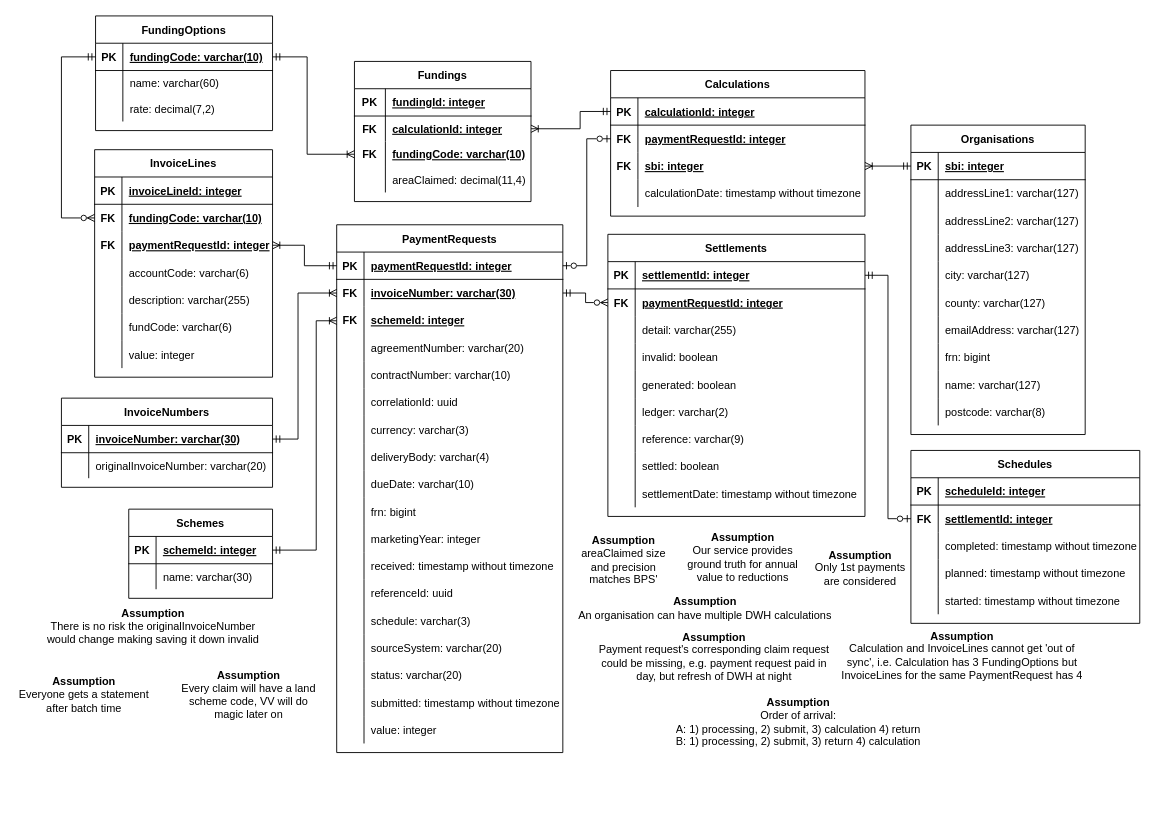
This is Statement-Constructor-ERD.drawio from DEFRA/ffc-diagrams, a draw.io file, before an edit. Source tidied: cells renumbered, new cells numbered last; positions are measured from the earlier drawing's top-left corner, leaving out a move shared by most shapes. Both pictures are drawn from the tidied source at 91%, with x=0, y=0 at pixel (15, 15).
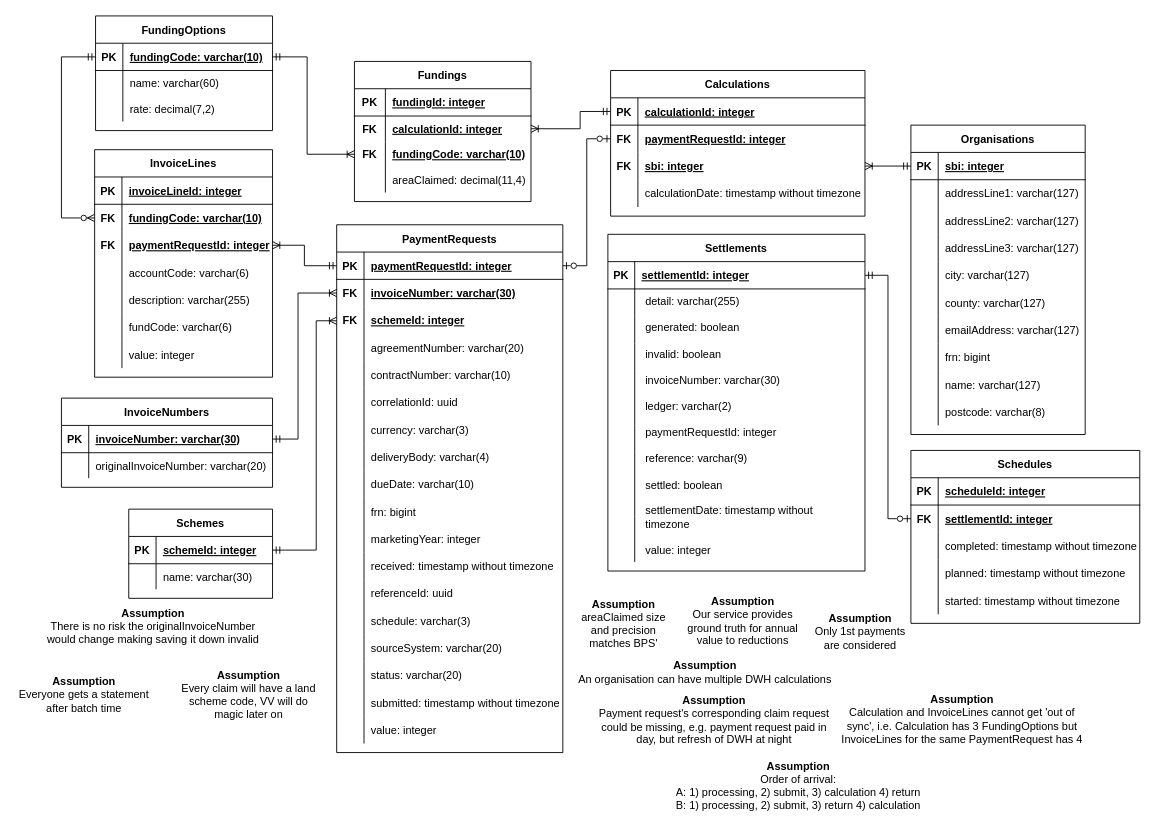
The same page after the edit.

Commit message:
update statement constructor for sfi-2200

Unchanged cells that the change refers to:
```xml
<mxCell id="6" style="shape=tableRow;horizontal=0;startSize=0;swimlaneHead=0;swimlaneBody=0;fillColor=none;points=[[0,0.5],[1,0.5]];portConstraint=eastwest;top=0;left=0;right=0;bottom=0;" parent="2" vertex="1">
  <mxGeometry y="60" width="248.5" height="30" as="geometry" />
</mxCell>
<mxCell id="58" style="shape=tableRow;horizontal=0;startSize=0;swimlaneHead=0;swimlaneBody=0;fillColor=none;points=[[0,0.5],[1,0.5]];portConstraint=eastwest;top=0;left=0;right=0;bottom=1;" parent="57" vertex="1">
  <mxGeometry y="30" width="282.5" height="30" as="geometry" />
</mxCell>
<mxCell id="61" style="shape=tableRow;horizontal=0;startSize=0;swimlaneHead=0;swimlaneBody=0;fillColor=none;points=[[0,0.5],[1,0.5]];portConstraint=eastwest;top=0;left=0;right=0;bottom=0;" parent="57" vertex="1">
  <mxGeometry y="60" width="282.5" height="30" as="geometry" />
</mxCell>
<mxCell id="64" style="shape=tableRow;horizontal=0;startSize=0;swimlaneHead=0;swimlaneBody=0;fillColor=none;top=0;left=0;right=0;bottom=0;" parent="57" vertex="1">
  <mxGeometry y="90" width="282.5" height="30" as="geometry" />
</mxCell>
<mxCell id="67" style="shape=tableRow;horizontal=0;startSize=0;swimlaneHead=0;swimlaneBody=0;fillColor=none;top=0;left=0;right=0;bottom=0;" parent="57" vertex="1">
  <mxGeometry y="120" width="282.5" height="30" as="geometry" />
</mxCell>
<mxCell id="70" style="shape=tableRow;horizontal=0;startSize=0;swimlaneHead=0;swimlaneBody=0;fillColor=none;top=0;left=0;right=0;bottom=0;" parent="57" vertex="1">
  <mxGeometry y="150" width="282.5" height="30" as="geometry" />
</mxCell>
<mxCell id="73" style="shape=tableRow;horizontal=0;startSize=0;swimlaneHead=0;swimlaneBody=0;fillColor=none;top=0;left=0;right=0;bottom=0;" parent="57" vertex="1">
  <mxGeometry y="180" width="282.5" height="30" as="geometry" />
</mxCell>
<mxCell id="76" style="shape=tableRow;horizontal=0;startSize=0;swimlaneHead=0;swimlaneBody=0;fillColor=none;top=0;left=0;right=0;bottom=0;" parent="57" vertex="1">
  <mxGeometry y="210" width="282.5" height="30" as="geometry" />
</mxCell>
```

Diff of the diagram source:
```diff
@@
     <mxCell id="57" value="Settlements" style="shape=table;startSize=30;childLayout=tableLayout;rowLines=0;fontStyle=1;align=center;" parent="1" vertex="1">
-      <mxGeometry x="650.5" y="240" width="282.5" height="310" as="geometry" />
+      <mxGeometry x="650.5" y="240" width="282.5" height="370" as="geometry" />
     </mxCell>
@@
     <mxCell id="59" value="PK" style="shape=partialRectangle;fillColor=none;top=0;left=0;bottom=0;right=0;fontStyle=1;overflow=hidden;" parent="58" vertex="1">
-      <mxGeometry width="30" height="30" as="geometry" />
+      <mxGeometry width="29.5" height="30" as="geometry" />
     </mxCell>
     <mxCell id="60" value="settlementId: integer" style="shape=partialRectangle;fillColor=none;top=0;left=0;bottom=0;right=0;align=left;spacingLeft=6;fontStyle=5;overflow=hidden;" parent="58" vertex="1">
-      <mxGeometry x="30" width="252.5" height="30" as="geometry" />
+      <mxGeometry x="29.5" width="253" height="30" as="geometry" />
     </mxCell>
@@
-    <mxCell id="62" value="FK" style="shape=partialRectangle;fillColor=none;top=0;left=0;bottom=0;right=0;overflow=hidden;fontStyle=1;" parent="61" vertex="1">
-      <mxGeometry width="30" height="30" as="geometry" />
+    <mxCell id="62" style="shape=partialRectangle;fillColor=none;top=0;left=0;bottom=0;right=0;overflow=hidden;fontStyle=1;" parent="61" vertex="1">
+      <mxGeometry width="29.5" height="30" as="geometry" />
     </mxCell>
-    <mxCell id="63" value="paymentRequestId: integer" style="shape=partialRectangle;fillColor=none;top=0;left=0;bottom=0;right=0;align=left;spacingLeft=6;overflow=hidden;fontStyle=5;" parent="61" vertex="1">
-      <mxGeometry x="30" width="252.5" height="30" as="geometry" />
+    <mxCell id="63" style="shape=partialRectangle;fillColor=none;top=0;left=0;bottom=0;right=0;align=left;spacingLeft=6;overflow=hidden;fontStyle=5;" parent="61" vertex="1">
+      <mxGeometry x="29.5" width="253" height="30" as="geometry" />
     </mxCell>
@@
     <mxCell id="65" style="shape=partialRectangle;fillColor=none;top=0;left=0;bottom=0;right=0;overflow=hidden;" parent="64" vertex="1">
-      <mxGeometry width="30" height="30" as="geometry" />
+      <mxGeometry width="29.5" height="30" as="geometry" />
     </mxCell>
-    <mxCell id="66" value="detail: varchar(255)" style="shape=partialRectangle;fillColor=none;top=0;left=0;bottom=0;right=0;align=left;spacingLeft=6;overflow=hidden;" parent="64" vertex="1">
-      <mxGeometry x="30" width="252.5" height="30" as="geometry" />
+    <mxCell id="66" style="shape=partialRectangle;fillColor=none;top=0;left=0;bottom=0;right=0;align=left;spacingLeft=6;overflow=hidden;" parent="64" vertex="1">
+      <mxGeometry x="29.5" width="253" height="30" as="geometry" />
     </mxCell>
@@
     <mxCell id="68" style="shape=partialRectangle;fillColor=none;top=0;left=0;bottom=0;right=0;overflow=hidden;" parent="67" vertex="1">
-      <mxGeometry width="30" height="30" as="geometry" />
+      <mxGeometry width="29.5" height="30" as="geometry" />
     </mxCell>
-    <mxCell id="69" value="invalid: boolean" style="shape=partialRectangle;fillColor=none;top=0;left=0;bottom=0;right=0;align=left;spacingLeft=6;overflow=hidden;" parent="67" vertex="1">
-      <mxGeometry x="30" width="252.5" height="30" as="geometry" />
+    <mxCell id="69" style="shape=partialRectangle;fillColor=none;top=0;left=0;bottom=0;right=0;align=left;spacingLeft=6;overflow=hidden;" parent="67" vertex="1">
+      <mxGeometry x="29.5" width="253" height="30" as="geometry" />
     </mxCell>
@@
     <mxCell id="71" style="shape=partialRectangle;fillColor=none;top=0;left=0;bottom=0;right=0;overflow=hidden;" parent="70" vertex="1">
-      <mxGeometry width="30" height="30" as="geometry" />
+      <mxGeometry width="29.5" height="30" as="geometry" />
     </mxCell>
-    <mxCell id="72" value="generated: boolean" style="shape=partialRectangle;fillColor=none;top=0;left=0;bottom=0;right=0;align=left;spacingLeft=6;overflow=hidden;" parent="70" vertex="1">
-      <mxGeometry x="30" width="252.5" height="30" as="geometry" />
+    <mxCell id="72" style="shape=partialRectangle;fillColor=none;top=0;left=0;bottom=0;right=0;align=left;spacingLeft=6;overflow=hidden;" parent="70" vertex="1">
+      <mxGeometry x="29.5" width="253" height="30" as="geometry" />
     </mxCell>
@@
     <mxCell id="74" style="shape=partialRectangle;fillColor=none;top=0;left=0;bottom=0;right=0;overflow=hidden;" parent="73" vertex="1">
-      <mxGeometry width="30" height="30" as="geometry" />
+      <mxGeometry width="29.5" height="30" as="geometry" />
     </mxCell>
-    <mxCell id="75" value="ledger: varchar(2)" style="shape=partialRectangle;fillColor=none;top=0;left=0;bottom=0;right=0;align=left;spacingLeft=6;overflow=hidden;" parent="73" vertex="1">
-      <mxGeometry x="30" width="252.5" height="30" as="geometry" />
+    <mxCell id="75" style="shape=partialRectangle;fillColor=none;top=0;left=0;bottom=0;right=0;align=left;spacingLeft=6;overflow=hidden;" parent="73" vertex="1">
+      <mxGeometry x="29.5" width="253" height="30" as="geometry" />
     </mxCell>
@@
     <mxCell id="77" style="shape=partialRectangle;fillColor=none;top=0;left=0;bottom=0;right=0;overflow=hidden;" parent="76" vertex="1">
-      <mxGeometry width="30" height="30" as="geometry" />
+      <mxGeometry width="29.5" height="30" as="geometry" />
     </mxCell>
-    <mxCell id="78" value="reference: varchar(9)" style="shape=partialRectangle;fillColor=none;top=0;left=0;bottom=0;right=0;align=left;spacingLeft=6;overflow=hidden;" parent="76" vertex="1">
-      <mxGeometry x="30" width="252.5" height="30" as="geometry" />
+    <mxCell id="78" style="shape=partialRectangle;fillColor=none;top=0;left=0;bottom=0;right=0;align=left;spacingLeft=6;overflow=hidden;" parent="76" vertex="1">
+      <mxGeometry x="29.5" width="253" height="30" as="geometry" />
     </mxCell>
     <mxCell id="79" style="shape=tableRow;horizontal=0;startSize=0;swimlaneHead=0;swimlaneBody=0;fillColor=none;top=0;left=0;right=0;bottom=0;" parent="57" vertex="1">
-      <mxGeometry y="240" width="282.5" height="30" as="geometry" />
+      <mxGeometry y="240" width="282.5" height="70" as="geometry" />
     </mxCell>
     <mxCell id="80" style="shape=partialRectangle;fillColor=none;top=0;left=0;bottom=0;right=0;overflow=hidden;" parent="79" vertex="1">
-      <mxGeometry width="30" height="30" as="geometry" />
+      <mxGeometry width="29.5" height="70" as="geometry" />
     </mxCell>
-    <mxCell id="81" value="settled: boolean" style="shape=partialRectangle;fillColor=none;top=0;left=0;bottom=0;right=0;align=left;spacingLeft=6;overflow=hidden;" parent="79" vertex="1">
-      <mxGeometry x="30" width="252.5" height="30" as="geometry" />
+    <mxCell id="81" style="shape=partialRectangle;fillColor=none;top=0;left=0;bottom=0;right=0;align=left;spacingLeft=6;overflow=hidden;" parent="79" vertex="1">
+      <mxGeometry x="29.5" width="253" height="70" as="geometry" />
     </mxCell>
     <mxCell id="82" style="shape=tableRow;horizontal=0;startSize=0;swimlaneHead=0;swimlaneBody=0;fillColor=none;top=0;left=0;right=0;bottom=0;" parent="57" vertex="1">
-      <mxGeometry y="270" width="282.5" height="30" as="geometry" />
+      <mxGeometry y="310" width="282.5" height="50" as="geometry" />
     </mxCell>
     <mxCell id="83" style="shape=partialRectangle;fillColor=none;top=0;left=0;bottom=0;right=0;overflow=hidden;" parent="82" vertex="1">
-      <mxGeometry width="30" height="30" as="geometry" />
+      <mxGeometry width="29.5" height="50" as="geometry" />
     </mxCell>
-    <mxCell id="84" value="settlementDate: timestamp without timezone" style="shape=partialRectangle;fillColor=none;top=0;left=0;bottom=0;right=0;align=left;spacingLeft=6;overflow=hidden;" parent="82" vertex="1">
-      <mxGeometry x="30" width="252.5" height="30" as="geometry" />
+    <mxCell id="84" style="shape=partialRectangle;fillColor=none;top=0;left=0;bottom=0;right=0;align=left;spacingLeft=6;overflow=hidden;" parent="82" vertex="1">
+      <mxGeometry x="29.5" width="253" height="50" as="geometry" />
     </mxCell>
-    <mxCell id="85" style="edgeStyle=elbowEdgeStyle;fontSize=12;html=1;endArrow=ERmandOne;startArrow=ERzeroToMany;rounded=0;startFill=0;exitX=0;exitY=0.5;exitDx=0;exitDy=0;entryX=1;entryY=0.5;entryDx=0;entryDy=0;" parent="1" edge="1" source="61" target="6">
-      <mxGeometry relative="1" as="geometry" />
-    </mxCell>
@@
-    <mxCell id="158" value="&lt;b&gt;Assumption&lt;br&gt;&lt;/b&gt;Only 1st payments are considered" style="text;html=1;strokeColor=none;fillColor=none;align=center;verticalAlign=middle;whiteSpace=wrap;overflow=hidden;" parent="1" vertex="1">
-      <mxGeometry x="871.5" y="581.5" width="112" height="50" as="geometry" />
-    </mxCell>
@@
-    <mxCell id="160" value="&lt;b&gt;Assumption&lt;br&gt;&lt;/b&gt;Our service provides ground truth for annual value to reductions" style="text;html=1;strokeColor=none;fillColor=none;align=center;verticalAlign=middle;whiteSpace=wrap;overflow=hidden;" parent="1" vertex="1">
-      <mxGeometry x="726" y="558.5" width="146" height="73" as="geometry" />
-    </mxCell>
-    <mxCell id="161" value="&lt;b&gt;Assumption&lt;br&gt;&lt;/b&gt;Payment request's corresponding claim request could be missing, e.g. payment request paid in day, but refresh of DWH at night" style="text;html=1;strokeColor=none;fillColor=none;align=center;verticalAlign=middle;whiteSpace=wrap;overflow=hidden;" parent="1" vertex="1">
-      <mxGeometry x="638.2" y="669" width="258.5" height="70" as="geometry" />
-    </mxCell>
-    <mxCell id="162" value="&lt;b&gt;Assumption&lt;br&gt;&lt;/b&gt;An organisation can have multiple DWH calculations" style="text;html=1;strokeColor=none;fillColor=none;align=center;verticalAlign=middle;whiteSpace=wrap;overflow=hidden;" parent="1" vertex="1">
-      <mxGeometry x="614.8" y="634" width="285.2" height="33.5" as="geometry" />
-    </mxCell>
@@
-    <mxCell id="164" value="&lt;b&gt;Assumption&lt;br&gt;&lt;/b&gt;areaClaimed size and precision matches BPS'" style="text;html=1;strokeColor=none;fillColor=none;align=center;verticalAlign=middle;whiteSpace=wrap;overflow=hidden;" parent="1" vertex="1">
-      <mxGeometry x="615.5" y="564" width="103.5" height="67.5" as="geometry" />
-    </mxCell>
@@
+    <mxCell id="225" style="group;" parent="1" vertex="1">
+      <mxGeometry x="614.8" y="628.5" width="565.2" height="251" as="geometry" />
+    </mxCell>
+    <mxCell id="158" value="&lt;b&gt;Assumption&lt;br&gt;&lt;/b&gt;Only 1st payments are considered" style="text;html=1;strokeColor=none;fillColor=none;align=center;verticalAlign=middle;whiteSpace=wrap;overflow=hidden;" parent="225" vertex="1">
+      <mxGeometry x="256.8" y="23" width="112" height="50" as="geometry" />
+    </mxCell>
+    <mxCell id="160" value="&lt;b&gt;Assumption&lt;br&gt;&lt;/b&gt;Our service provides ground truth for annual value to reductions" style="text;html=1;strokeColor=none;fillColor=none;align=center;verticalAlign=middle;whiteSpace=wrap;overflow=hidden;" parent="225" vertex="1">
+      <mxGeometry x="111.2" width="146" height="73" as="geometry" />
+    </mxCell>
+    <mxCell id="161" value="&lt;b&gt;Assumption&lt;br&gt;&lt;/b&gt;Payment request's corresponding claim request could be missing, e.g. payment request paid in day, but refresh of DWH at night" style="text;html=1;strokeColor=none;fillColor=none;align=center;verticalAlign=middle;whiteSpace=wrap;overflow=hidden;" parent="225" vertex="1">
+      <mxGeometry x="23.5" y="110.5" width="258.5" height="70" as="geometry" />
+    </mxCell>
+    <mxCell id="162" value="&lt;b&gt;Assumption&lt;br&gt;&lt;/b&gt;An organisation can have multiple DWH calculations" style="text;html=1;strokeColor=none;fillColor=none;align=center;verticalAlign=middle;whiteSpace=wrap;overflow=hidden;" parent="225" vertex="1">
+      <mxGeometry y="75.5" width="285.2" height="33.5" as="geometry" />
+    </mxCell>
+    <mxCell id="164" value="&lt;b&gt;Assumption&lt;br&gt;&lt;/b&gt;areaClaimed size and precision matches BPS'" style="text;html=1;strokeColor=none;fillColor=none;align=center;verticalAlign=middle;whiteSpace=wrap;overflow=hidden;" parent="225" vertex="1">
+      <mxGeometry x="0.8" y="5.5" width="103.5" height="67.5" as="geometry" />
+    </mxCell>
-    <mxCell id="223" value="&lt;b&gt;Assumption&lt;br&gt;&lt;/b&gt;Calculation and InvoiceLines cannot get 'out of sync', i.e. Calculation has 3 FundingOptions but InvoiceLines for the same PaymentRequest has 4" style="text;html=1;strokeColor=none;fillColor=none;align=center;verticalAlign=middle;whiteSpace=wrap;overflow=hidden;" parent="1" vertex="1">
-      <mxGeometry x="900" y="666" width="280" height="73" as="geometry" />
+    <mxCell id="223" value="&lt;b&gt;Assumption&lt;br&gt;&lt;/b&gt;Calculation and InvoiceLines cannot get 'out of sync', i.e. Calculation has 3 FundingOptions but InvoiceLines for the same PaymentRequest has 4" style="text;html=1;strokeColor=none;fillColor=none;align=center;verticalAlign=middle;whiteSpace=wrap;overflow=hidden;" parent="225" vertex="1">
+      <mxGeometry x="285.2" y="107.5" width="280" height="73" as="geometry" />
     </mxCell>
-    <mxCell id="224" value="&lt;b&gt;Assumption&lt;/b&gt;&lt;br&gt;Order of arrival: &lt;br&gt;A: 1) processing, 2) submit, 3) calculation 4) return&lt;br&gt;B: 1) processing, 2) submit, 3) return 4) calculation" style="text;html=1;strokeColor=none;fillColor=none;align=center;verticalAlign=middle;whiteSpace=wrap;overflow=hidden;" parent="1" vertex="1">
-      <mxGeometry x="700" y="742" width="320" height="67.5" as="geometry" />
+    <mxCell id="224" value="&lt;b&gt;Assumption&lt;/b&gt;&lt;br&gt;Order of arrival: &lt;br&gt;A: 1) processing, 2) submit, 3) calculation 4) return&lt;br&gt;B: 1) processing, 2) submit, 3) return 4) calculation" style="text;html=1;strokeColor=none;fillColor=none;align=center;verticalAlign=middle;whiteSpace=wrap;overflow=hidden;" parent="225" vertex="1">
+      <mxGeometry x="85.2" y="183.5" width="320" height="67.5" as="geometry" />
     </mxCell>
+    <mxCell id="226" value="detail: varchar(255)&lt;div&gt;&lt;br&gt;&lt;/div&gt;&lt;div&gt;generated: boolean&lt;/div&gt;&lt;div&gt;&lt;br&gt;&lt;/div&gt;&lt;div&gt;invalid: boolean&lt;div&gt;&lt;br&gt;&lt;/div&gt;invoiceNumber: varchar(30)&lt;/div&gt;&lt;div&gt;&lt;br&gt;&lt;/div&gt;&lt;div&gt;ledger: varchar(2)&lt;/div&gt;&lt;div&gt;&lt;br&gt;&lt;/div&gt;&lt;div&gt;paymentRequestId: integer&lt;/div&gt;&lt;div&gt;&lt;br&gt;&lt;/div&gt;&lt;div&gt;reference: varchar(9)&lt;/div&gt;&lt;div&gt;&lt;br&gt;&lt;/div&gt;&lt;div&gt;settled: boolean&lt;/div&gt;&lt;div&gt;&lt;br&gt;&lt;/div&gt;&lt;div&gt;settlementDate: timestamp without timezone&lt;/div&gt;&lt;div&gt;&lt;br&gt;&lt;/div&gt;&lt;div&gt;value: integer&lt;br&gt;&lt;br&gt;&lt;br&gt;&lt;/div&gt;" style="text;html=1;strokeColor=none;fillColor=none;align=left;verticalAlign=middle;whiteSpace=wrap;rounded=0;" parent="1" vertex="1">
+      <mxGeometry x="690" y="310" width="237.5" height="310" as="geometry" />
+    </mxCell>
```
